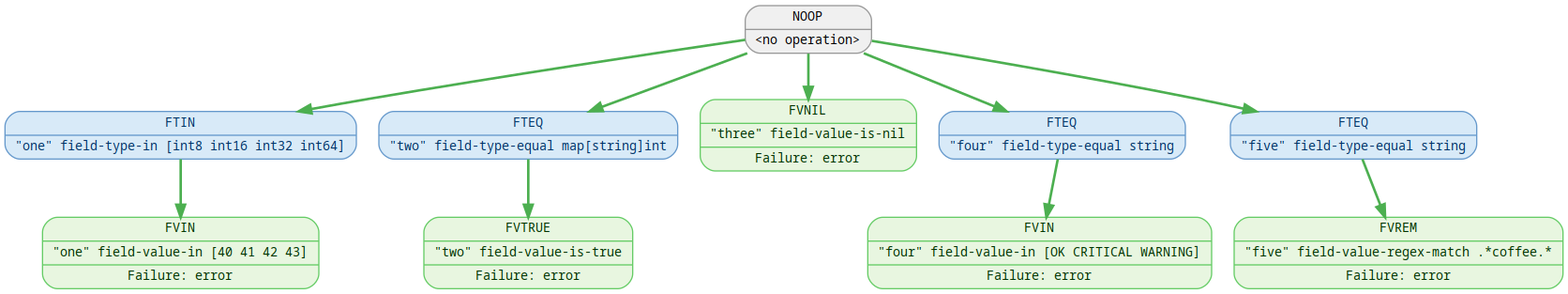
Earlier version of the Graphviz export doc/validator/example.png (Asmodai/gohacks). Its source is kept beside it as doc/validator/example.dot.
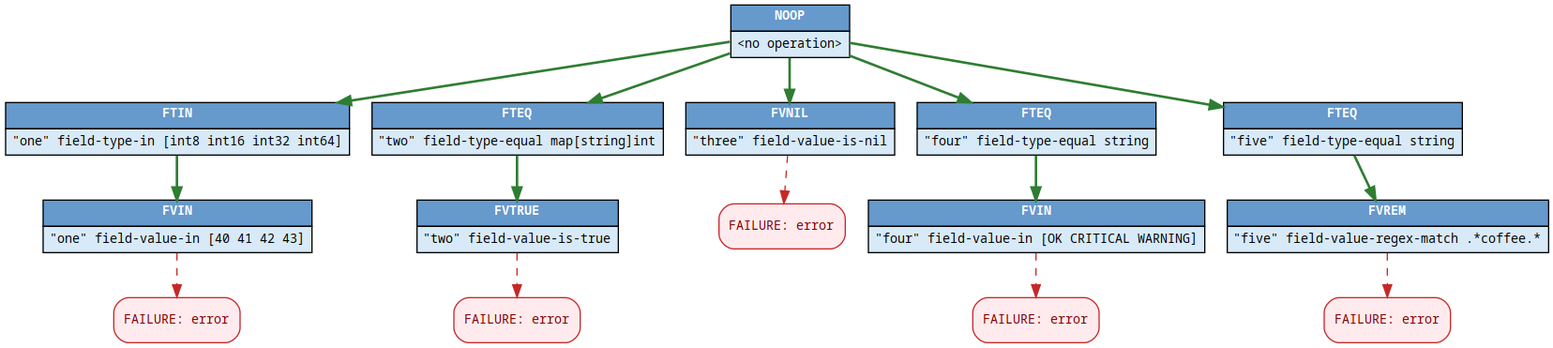
Above is the later version.

Change to the diagram source:
```diff
@@ -1,25 +1,35 @@
 digraph DAG {
   graph [bgcolor=transparent];
   rankdir=TB;
-  node [shape=record, style="rounded,filled", fontname="monospace", fontsize=10];
-  edge [color="#666666"];
-  n0 [label="{<f0> NOOP | <f1> \<no operation\>}" fillcolor="#f0f0f0", fontcolor="#000000", color="#999999"];
-  n1 [label="{<f0> FTIN | <f1> \"one\" field-type-in \[int8 int16 int32 int64\]}" fillcolor="#d8eaf8", fontcolor="#003366", color="#6699cc"];
-  n2 [label="{<f0> FVIN | <f1> \"one\" field-value-in \[40 41 42 43\] | <f3> Failure: error}" fillcolor="#e8f6e0", fontcolor="#003300", color="#66cc66"];
-  n1 -> n2 [color="#4CAF50", style=bold];
-  n0 -> n1 [color="#4CAF50", style=bold];
-  n3 [label="{<f0> FTEQ | <f1> \"two\" field-type-equal map\[string\]int}" fillcolor="#d8eaf8", fontcolor="#003366", color="#6699cc"];
-  n4 [label="{<f0> FVTRUE | <f1> \"two\" field-value-is-true | <f3> Failure: error}" fillcolor="#e8f6e0", fontcolor="#003300", color="#66cc66"];
-  n3 -> n4 [color="#4CAF50", style=bold];
-  n0 -> n3 [color="#4CAF50", style=bold];
-  n5 [label="{<f0> FVNIL | <f1> \"three\" field-value-is-nil | <f3> Failure: error}" fillcolor="#e8f6e0", fontcolor="#003300", color="#66cc66"];
-  n0 -> n5 [color="#4CAF50", style=bold];
-  n6 [label="{<f0> FTEQ | <f1> \"four\" field-type-equal string}" fillcolor="#d8eaf8", fontcolor="#003366", color="#6699cc"];
-  n7 [label="{<f0> FVIN | <f1> \"four\" field-value-in \[OK CRITICAL WARNING\] | <f3> Failure: error}" fillcolor="#e8f6e0", fontcolor="#003300", color="#66cc66"];
-  n6 -> n7 [color="#4CAF50", style=bold];
-  n0 -> n6 [color="#4CAF50", style=bold];
-  n8 [label="{<f0> FTEQ | <f1> \"five\" field-type-equal string}" fillcolor="#d8eaf8", fontcolor="#003366", color="#6699cc"];
-  n9 [label="{<f0> FVREM | <f1> \"five\" field-value-regex-match .*coffee.* | <f3> Failure: error}" fillcolor="#e8f6e0", fontcolor="#003300", color="#66cc66"];
-  n8 -> n9 [color="#4CAF50", style=bold];
-  n0 -> n8 [color="#4CAF50", style=bold];
+  node [fontname="monospace", fontsize=10];
+  edge [fontname="monospace", fontsize=9, color="#666666"];
+  p0 [shape=plain, label=<<TABLE BORDER="0" CELLBORDER="1" CELLSPACING="0" CELLPADDING="4" BGCOLOR="#d8eaf8"><TR><TD BGCOLOR="#6699cc"><FONT COLOR="#ffffff"><B>NOOP</B></FONT></TD></TR><TR><TD ALIGN="LEFT"><FONT FACE="monospace">&lt;no operation&gt;</FONT></TD></TR></TABLE>>];
+  p1 [shape=plain, label=<<TABLE BORDER="0" CELLBORDER="1" CELLSPACING="0" CELLPADDING="4" BGCOLOR="#d8eaf8"><TR><TD BGCOLOR="#6699cc"><FONT COLOR="#ffffff"><B>FTIN</B></FONT></TD></TR><TR><TD ALIGN="LEFT"><FONT FACE="monospace">&#34;one&#34; field-type-in [int8 int16 int32 int64]</FONT></TD></TR></TABLE>>];
+  p2 [shape=plain, label=<<TABLE BORDER="0" CELLBORDER="1" CELLSPACING="0" CELLPADDING="4" BGCOLOR="#d8eaf8"><TR><TD BGCOLOR="#6699cc"><FONT COLOR="#ffffff"><B>FVIN</B></FONT></TD></TR><TR><TD ALIGN="LEFT"><FONT FACE="monospace">&#34;one&#34; field-value-in [40 41 42 43]</FONT></TD></TR></TABLE>>];
+  f0 [shape=box, style="rounded,filled", fillcolor="#ffebee", color="#c62828", fontcolor="#7f0000", label="FAILURE: error"];
+  p2 -> f0 [color="#c62828", style=dashed, label=""];
+  p1 -> p2 [color="#2e7d32", penwidth=2, label=""];
+  p0 -> p1 [color="#2e7d32", penwidth=2, label=""];
+  p3 [shape=plain, label=<<TABLE BORDER="0" CELLBORDER="1" CELLSPACING="0" CELLPADDING="4" BGCOLOR="#d8eaf8"><TR><TD BGCOLOR="#6699cc"><FONT COLOR="#ffffff"><B>FTEQ</B></FONT></TD></TR><TR><TD ALIGN="LEFT"><FONT FACE="monospace">&#34;two&#34; field-type-equal map[string]int</FONT></TD></TR></TABLE>>];
+  p4 [shape=plain, label=<<TABLE BORDER="0" CELLBORDER="1" CELLSPACING="0" CELLPADDING="4" BGCOLOR="#d8eaf8"><TR><TD BGCOLOR="#6699cc"><FONT COLOR="#ffffff"><B>FVTRUE</B></FONT></TD></TR><TR><TD ALIGN="LEFT"><FONT FACE="monospace">&#34;two&#34; field-value-is-true</FONT></TD></TR></TABLE>>];
+  f1 [shape=box, style="rounded,filled", fillcolor="#ffebee", color="#c62828", fontcolor="#7f0000", label="FAILURE: error"];
+  p4 -> f1 [color="#c62828", style=dashed, label=""];
+  p3 -> p4 [color="#2e7d32", penwidth=2, label=""];
+  p0 -> p3 [color="#2e7d32", penwidth=2, label=""];
+  p5 [shape=plain, label=<<TABLE BORDER="0" CELLBORDER="1" CELLSPACING="0" CELLPADDING="4" BGCOLOR="#d8eaf8"><TR><TD BGCOLOR="#6699cc"><FONT COLOR="#ffffff"><B>FVNIL</B></FONT></TD></TR><TR><TD ALIGN="LEFT"><FONT FACE="monospace">&#34;three&#34; field-value-is-nil</FONT></TD></TR></TABLE>>];
+  f2 [shape=box, style="rounded,filled", fillcolor="#ffebee", color="#c62828", fontcolor="#7f0000", label="FAILURE: error"];
+  p5 -> f2 [color="#c62828", style=dashed, label=""];
+  p0 -> p5 [color="#2e7d32", penwidth=2, label=""];
+  p6 [shape=plain, label=<<TABLE BORDER="0" CELLBORDER="1" CELLSPACING="0" CELLPADDING="4" BGCOLOR="#d8eaf8"><TR><TD BGCOLOR="#6699cc"><FONT COLOR="#ffffff"><B>FTEQ</B></FONT></TD></TR><TR><TD ALIGN="LEFT"><FONT FACE="monospace">&#34;four&#34; field-type-equal string</FONT></TD></TR></TABLE>>];
+  p7 [shape=plain, label=<<TABLE BORDER="0" CELLBORDER="1" CELLSPACING="0" CELLPADDING="4" BGCOLOR="#d8eaf8"><TR><TD BGCOLOR="#6699cc"><FONT COLOR="#ffffff"><B>FVIN</B></FONT></TD></TR><TR><TD ALIGN="LEFT"><FONT FACE="monospace">&#34;four&#34; field-value-in [OK CRITICAL WARNING]</FONT></TD></TR></TABLE>>];
+  f3 [shape=box, style="rounded,filled", fillcolor="#ffebee", color="#c62828", fontcolor="#7f0000", label="FAILURE: error"];
+  p7 -> f3 [color="#c62828", style=dashed, label=""];
+  p6 -> p7 [color="#2e7d32", penwidth=2, label=""];
+  p0 -> p6 [color="#2e7d32", penwidth=2, label=""];
+  p8 [shape=plain, label=<<TABLE BORDER="0" CELLBORDER="1" CELLSPACING="0" CELLPADDING="4" BGCOLOR="#d8eaf8"><TR><TD BGCOLOR="#6699cc"><FONT COLOR="#ffffff"><B>FTEQ</B></FONT></TD></TR><TR><TD ALIGN="LEFT"><FONT FACE="monospace">&#34;five&#34; field-type-equal string</FONT></TD></TR></TABLE>>];
+  p9 [shape=plain, label=<<TABLE BORDER="0" CELLBORDER="1" CELLSPACING="0" CELLPADDING="4" BGCOLOR="#d8eaf8"><TR><TD BGCOLOR="#6699cc"><FONT COLOR="#ffffff"><B>FVREM</B></FONT></TD></TR><TR><TD ALIGN="LEFT"><FONT FACE="monospace">&#34;five&#34; field-value-regex-match .*coffee.*</FONT></TD></TR></TABLE>>];
+  f4 [shape=box, style="rounded,filled", fillcolor="#ffebee", color="#c62828", fontcolor="#7f0000", label="FAILURE: error"];
+  p9 -> f4 [color="#c62828", style=dashed, label=""];
+  p8 -> p9 [color="#2e7d32", penwidth=2, label=""];
+  p0 -> p8 [color="#2e7d32", penwidth=2, label=""];
 }
```
